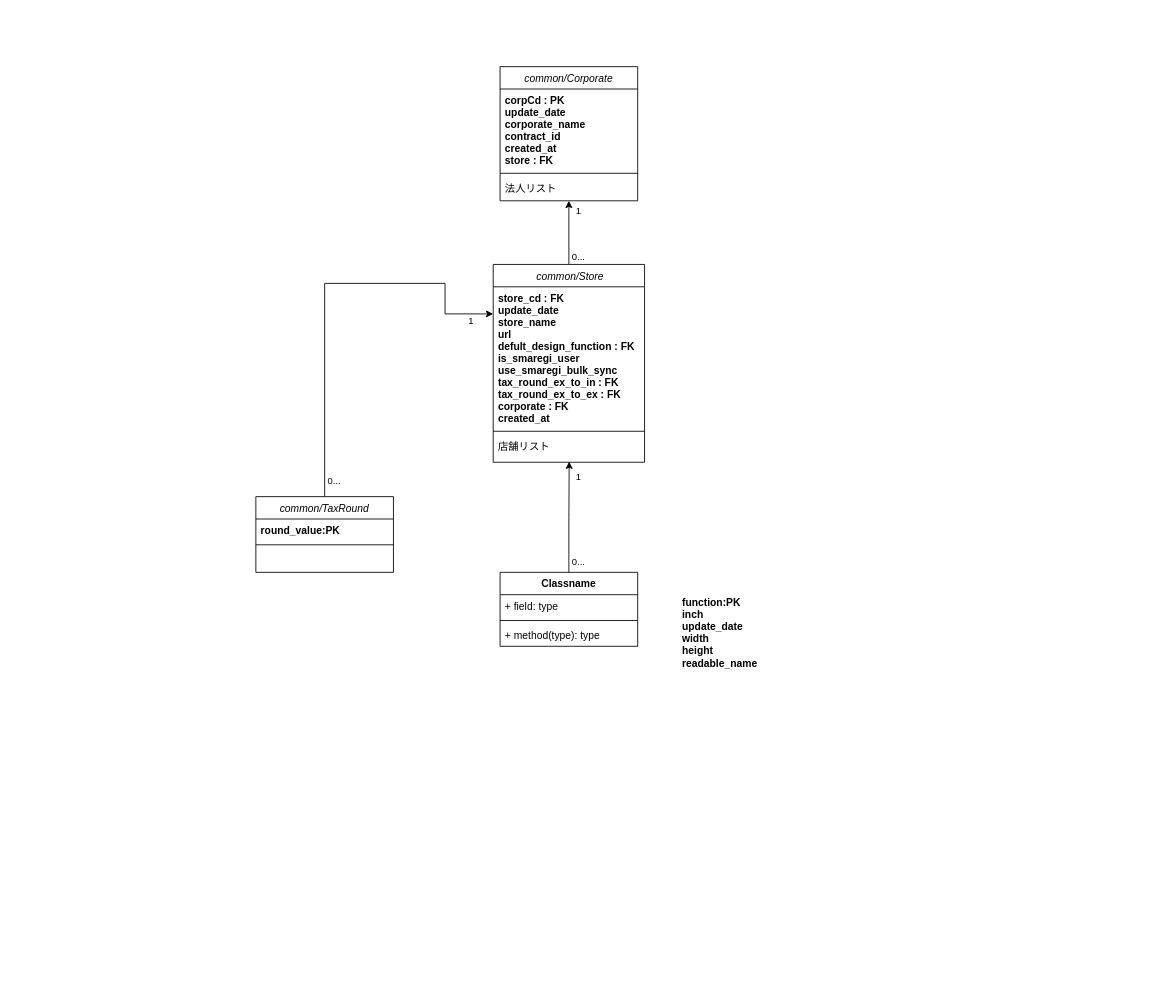
Before: 2025-10_tagEL_DB_ClassDiagram_v1.drawio in 204139/tagEL-architechure, a draw.io diagram. Source tidied: cells renumbered, new cells numbered last; positions are measured from the earlier drawing's top-left corner, leaving out a move shared by most shapes. Both pictures are drawn from the tidied source at 86%, with x=0, y=0 at pixel (255, 66).
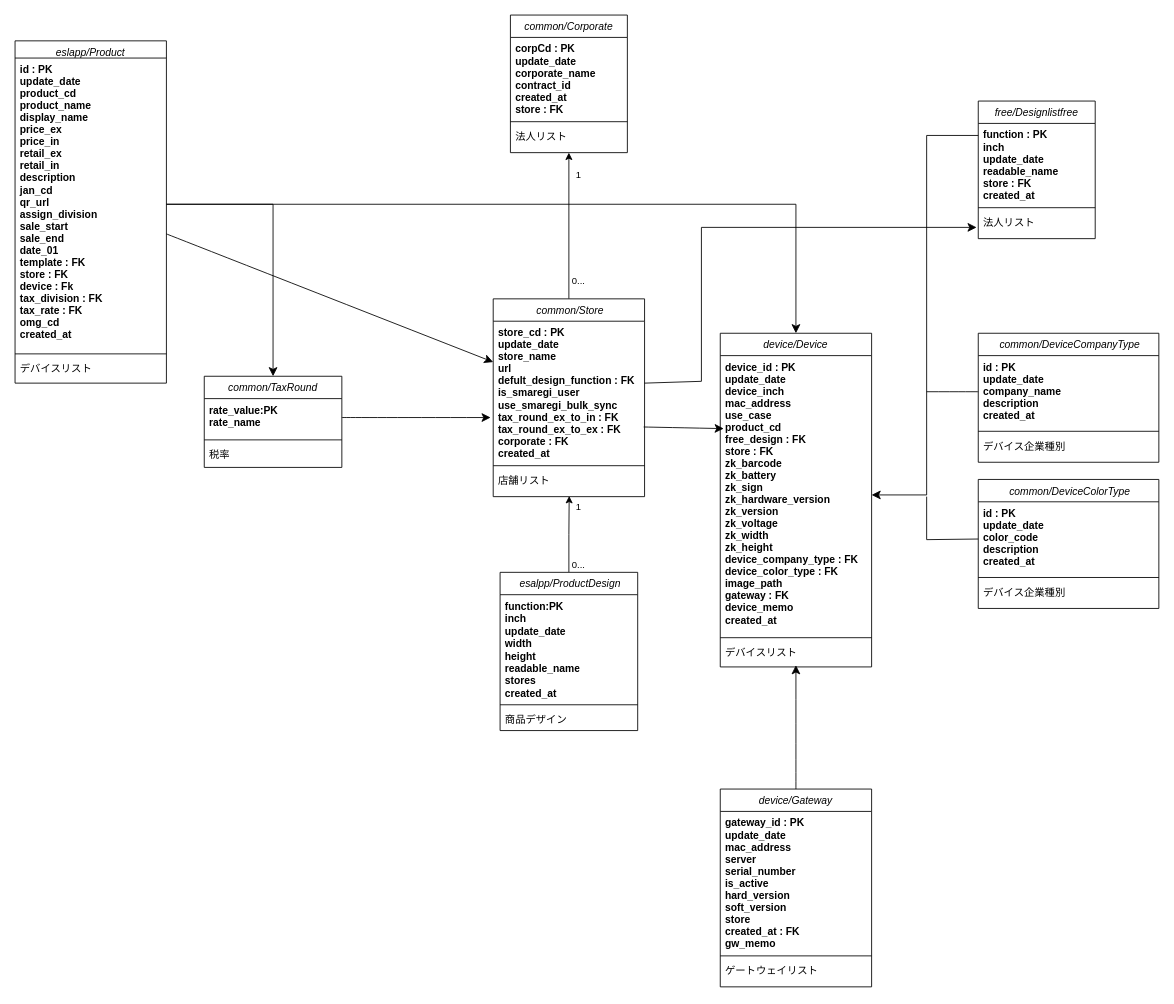
The same page after the edit.

Commit message:
2025-10_tagEL_DB_ClassDiagram_v1.drawio を更新します

Diff of the diagram source:
```diff
@@
-    <mxCell id="2" value="common/Corporate" style="swimlane;fontStyle=2;align=center;verticalAlign=top;horizontal=1;startSize=26;rounded=0;shadow=0;strokeWidth=1;" parent="1" vertex="1">
-      <mxGeometry x="284" width="160" height="156" as="geometry" />
+    <mxCell id="2" value="common/Corporate" style="swimlane;fontStyle=2;align=center;verticalAlign=top;horizontal=1;startSize=26;rounded=0;shadow=0;strokeWidth=1;fontSize=12;" parent="1" vertex="1">
+      <mxGeometry x="296" y="-60" width="136" height="160" as="geometry" />
     </mxCell>
     <mxCell id="3" value="corpCd : PK&#10;update_date&#10;corporate_name&#10;contract_id&#10;created_at&#10;store : FK" style="text;align=left;verticalAlign=top;spacingLeft=4;spacingRight=4;overflow=hidden;fontStyle=1;" parent="2" vertex="1">
-      <mxGeometry y="26" width="160" height="94" as="geometry" />
+      <mxGeometry y="26" width="136" height="94" as="geometry" />
     </mxCell>
     <mxCell id="4" style="line;html=1;strokeWidth=1;align=left;verticalAlign=middle;spacingTop=-1;spacingLeft=3;spacingRight=3;labelPosition=right;" parent="2" vertex="1">
-      <mxGeometry y="120" width="160" height="8" as="geometry" />
+      <mxGeometry y="120" width="136" height="8" as="geometry" />
     </mxCell>
     <mxCell id="5" value="法人リスト&#10;" style="text;align=left;verticalAlign=top;spacingLeft=4;spacingRight=4;overflow=hidden;" parent="2" vertex="1">
-      <mxGeometry y="128" width="160" height="28" as="geometry" />
+      <mxGeometry y="128" width="136" height="28" as="geometry" />
     </mxCell>
@@
     <mxCell id="9" value=" common/Store" style="swimlane;fontStyle=2;align=center;verticalAlign=top;horizontal=1;startSize=26;rounded=0;shadow=0;strokeWidth=1;" parent="1" vertex="1">
-      <mxGeometry x="276" y="230" width="176" height="230" as="geometry" />
+      <mxGeometry x="276" y="270" width="176" height="230" as="geometry" />
     </mxCell>
-    <mxCell id="10" value="store_cd : FK&#10;update_date&#10;store_name&#10;url&#10;defult_design_function : FK&#10;is_smaregi_user&#10;use_smaregi_bulk_sync&#10;tax_round_ex_to_in : FK&#10;tax_round_ex_to_ex : FK&#10;corporate : FK&#10;created_at" style="text;align=left;verticalAlign=top;spacingLeft=4;spacingRight=4;overflow=hidden;points=[[0,0.5],[1,0.5]];portConstraint=eastwest;fontStyle=1;" parent="9" vertex="1">
+    <mxCell id="10" value="store_cd : PK&#10;update_date&#10;store_name&#10;url&#10;defult_design_function : FK&#10;is_smaregi_user&#10;use_smaregi_bulk_sync&#10;tax_round_ex_to_in : FK&#10;tax_round_ex_to_ex : FK&#10;corporate : FK&#10;created_at" style="text;align=left;verticalAlign=top;spacingLeft=4;spacingRight=4;overflow=hidden;points=[[0,0.5],[1,0.5]];portConstraint=eastwest;fontStyle=1;" parent="9" vertex="1">
       <mxGeometry y="26" width="176" height="164" as="geometry" />
     </mxCell>
@@
-    <mxCell id="16" style="edgeStyle=orthogonalEdgeStyle;rounded=0;jettySize=auto;html=1;entryX=0;entryY=0.25;entryDx=0;entryDy=0;" parent="1" edge="1" source="19" target="9">
-      <mxGeometry relative="1" as="geometry">
-        <Array as="points">
-          <mxPoint x="220" y="252" />
-        </Array>
-      </mxGeometry>
-    </mxCell>
-    <mxCell id="17" value="0..." style="edgeLabel;html=1;align=center;verticalAlign=middle;" parent="16" vertex="1">
-      <mxGeometry x="-0.92" y="-2" relative="1" as="geometry">
-        <mxPoint x="8" as="offset" />
-      </mxGeometry>
-    </mxCell>
-    <mxCell id="18" value="1" style="edgeLabel;html=1;align=center;verticalAlign=middle;" parent="16" vertex="1">
-      <mxGeometry x="0.89" y="1" relative="1" as="geometry">
-        <mxPoint y="9" as="offset" />
-      </mxGeometry>
-    </mxCell>
     <mxCell id="19" value="common/TaxRound" style="swimlane;fontStyle=2;align=center;verticalAlign=top;horizontal=1;startSize=26;rounded=0;shadow=0;strokeWidth=1;" parent="1" vertex="1">
-      <mxGeometry y="500" width="160" height="88" as="geometry" />
+      <mxGeometry x="-60" y="360" width="160" height="106" as="geometry" />
     </mxCell>
-    <mxCell id="20" value="round_value:PK" style="text;align=left;verticalAlign=top;spacingLeft=4;spacingRight=4;overflow=hidden;points=[[0,0.5],[1,0.5]];portConstraint=eastwest;fontStyle=1;" parent="19" vertex="1">
-      <mxGeometry y="26" width="160" height="26" as="geometry" />
+    <mxCell id="20" value="rate_value:PK&#10;rate_name" style="text;align=left;verticalAlign=top;spacingLeft=4;spacingRight=4;overflow=hidden;points=[[0,0.5],[1,0.5]];portConstraint=eastwest;fontStyle=1;" parent="19" vertex="1">
+      <mxGeometry y="26" width="160" height="44" as="geometry" />
     </mxCell>
     <mxCell id="21" style="line;html=1;strokeWidth=1;align=left;verticalAlign=middle;spacingTop=-1;spacingLeft=3;spacingRight=3;labelPosition=right;" parent="19" vertex="1">
-      <mxGeometry y="52" width="160" height="8" as="geometry" />
+      <mxGeometry y="70" width="160" height="8" as="geometry" />
     </mxCell>
-    <mxCell id="22" value=" &#10;" style="text;align=left;verticalAlign=top;spacingLeft=4;spacingRight=4;overflow=hidden;" parent="19" vertex="1">
-      <mxGeometry y="60" width="160" height="28" as="geometry" />
+    <mxCell id="22" value="税率" style="text;align=left;verticalAlign=top;spacingLeft=4;spacingRight=4;overflow=hidden;" parent="19" vertex="1">
+      <mxGeometry y="78" width="160" height="28" as="geometry" />
     </mxCell>
-    <mxCell id="23" value="function:PK&#10;inch&#10;update_date&#10;width&#10;height&#10;readable_name" style="text;align=left;verticalAlign=top;spacingLeft=4;spacingRight=4;overflow=hidden;fontStyle=1;" parent="1" vertex="1">
-      <mxGeometry x="490" y="610" width="160" height="124" as="geometry" />
-    </mxCell>
-    <mxCell id="24" value="Classname" style="swimlane;fontStyle=1;align=center;verticalAlign=top;horizontal=1;startSize=26;whiteSpace=wrap;html=1;" parent="1" vertex="1">
-      <mxGeometry x="284" y="588" width="160" height="86" as="geometry" />
+    <mxCell id="24" value="&lt;span style=&quot;font-style: italic; font-weight: 400; text-wrap-mode: nowrap;&quot;&gt;&amp;nbsp;esalpp/ProductDesign&lt;/span&gt;" style="swimlane;fontStyle=1;align=center;verticalAlign=top;horizontal=1;startSize=26;whiteSpace=wrap;html=1;" parent="1" vertex="1">
+      <mxGeometry x="284" y="588" width="160" height="184" as="geometry" />
     </mxCell>
-    <mxCell id="25" value="+ field: type" style="text;strokeColor=none;fillColor=none;align=left;verticalAlign=top;spacingLeft=4;spacingRight=4;overflow=hidden;whiteSpace=wrap;html=1;" parent="24" vertex="1">
-      <mxGeometry y="26" width="160" height="26" as="geometry" />
+    <mxCell id="25" value="&lt;span style=&quot;font-weight: 700; text-wrap-mode: nowrap;&quot;&gt;function:PK&lt;/span&gt;&lt;br style=&quot;padding: 0px; margin: 0px; font-weight: 700; text-wrap-mode: nowrap;&quot;&gt;&lt;span style=&quot;font-weight: 700; text-wrap-mode: nowrap;&quot;&gt;inch&lt;/span&gt;&lt;br style=&quot;padding: 0px; margin: 0px; font-weight: 700; text-wrap-mode: nowrap;&quot;&gt;&lt;span style=&quot;font-weight: 700; text-wrap-mode: nowrap;&quot;&gt;update_date&lt;/span&gt;&lt;br style=&quot;padding: 0px; margin: 0px; font-weight: 700; text-wrap-mode: nowrap;&quot;&gt;&lt;span style=&quot;font-weight: 700; text-wrap-mode: nowrap;&quot;&gt;width&lt;/span&gt;&lt;br style=&quot;padding: 0px; margin: 0px; font-weight: 700; text-wrap-mode: nowrap;&quot;&gt;&lt;span style=&quot;font-weight: 700; text-wrap-mode: nowrap;&quot;&gt;height&lt;/span&gt;&lt;br style=&quot;padding: 0px; margin: 0px; font-weight: 700; text-wrap-mode: nowrap;&quot;&gt;&lt;span style=&quot;font-weight: 700; text-wrap-mode: nowrap;&quot;&gt;readable_name&lt;/span&gt;&lt;div&gt;&lt;span style=&quot;font-weight: 700; text-wrap-mode: nowrap;&quot;&gt;stores&lt;/span&gt;&lt;/div&gt;&lt;div&gt;&lt;span style=&quot;font-weight: 700; text-wrap-mode: nowrap;&quot;&gt;created_at&lt;/span&gt;&lt;/div&gt;" style="text;strokeColor=none;fillColor=none;align=left;verticalAlign=top;spacingLeft=4;spacingRight=4;overflow=hidden;whiteSpace=wrap;html=1;" parent="24" vertex="1">
+      <mxGeometry y="26" width="160" height="124" as="geometry" />
     </mxCell>
     <mxCell id="26" style="line;strokeWidth=1;fillColor=none;align=left;verticalAlign=middle;spacingTop=-1;spacingLeft=3;spacingRight=3;labelPosition=right;strokeColor=inherit;" parent="24" vertex="1">
-      <mxGeometry y="52" width="160" height="8" as="geometry" />
+      <mxGeometry y="150" width="160" height="8" as="geometry" />
     </mxCell>
-    <mxCell id="27" value="+ method(type): type" style="text;strokeColor=none;fillColor=none;align=left;verticalAlign=top;spacingLeft=4;spacingRight=4;overflow=hidden;whiteSpace=wrap;html=1;" parent="24" vertex="1">
-      <mxGeometry y="60" width="160" height="26" as="geometry" />
+    <mxCell id="27" value="商品デザイン" style="text;strokeColor=none;fillColor=none;align=left;verticalAlign=top;spacingLeft=4;spacingRight=4;overflow=hidden;whiteSpace=wrap;html=1;" parent="24" vertex="1">
+      <mxGeometry y="158" width="160" height="26" as="geometry" />
     </mxCell>
+    <mxCell id="28" value="device/Device" style="swimlane;fontStyle=2;align=center;verticalAlign=top;horizontal=1;startSize=26;rounded=0;shadow=0;strokeWidth=1;" parent="1" vertex="1">
+      <mxGeometry x="540" y="310" width="176" height="388" as="geometry" />
+    </mxCell>
+    <mxCell id="29" value="device_id : PK&#10;update_date&#10;device_inch&#10;mac_address&#10;use_case&#10;product_cd&#10;free_design : FK&#10;store : FK&#10;zk_barcode&#10;zk_battery&#10;zk_sign&#10;zk_hardware_version&#10;zk_version&#10;zk_voltage&#10;zk_width&#10;zk_height&#10;device_company_type : FK&#10;device_color_type : FK&#10;image_path&#10;gateway : FK&#10;device_memo&#10;created_at" style="text;align=left;verticalAlign=top;spacingLeft=4;spacingRight=4;overflow=hidden;points=[[0,0.5],[1,0.5]];portConstraint=eastwest;fontStyle=1;" parent="28" vertex="1">
+      <mxGeometry y="26" width="176" height="324" as="geometry" />
+    </mxCell>
+    <mxCell id="30" style="line;html=1;strokeWidth=1;align=left;verticalAlign=middle;spacingTop=-1;spacingLeft=3;spacingRight=3;labelPosition=right;" parent="28" vertex="1">
+      <mxGeometry y="350" width="176" height="8" as="geometry" />
+    </mxCell>
+    <mxCell id="31" value="デバイスリスト" style="text;align=left;verticalAlign=top;spacingLeft=4;spacingRight=4;overflow=hidden;points=[[0,0.5],[1,0.5]];portConstraint=eastwest;" parent="28" vertex="1">
+      <mxGeometry y="358" width="176" height="30" as="geometry" />
+    </mxCell>
+    <mxCell id="32" value="device/Gateway" style="swimlane;fontStyle=2;align=center;verticalAlign=top;horizontal=1;startSize=26;rounded=0;shadow=0;strokeWidth=1;" parent="1" vertex="1">
+      <mxGeometry x="540" y="840" width="176" height="230" as="geometry" />
+    </mxCell>
+    <mxCell id="33" value="gateway_id : PK&#10;update_date&#10;mac_address&#10;server&#10;serial_number&#10;is_active&#10;hard_version&#10;soft_version&#10;store&#10;created_at : FK&#10;gw_memo" style="text;align=left;verticalAlign=top;spacingLeft=4;spacingRight=4;overflow=hidden;fontStyle=1;" parent="32" vertex="1">
+      <mxGeometry y="26" width="176" height="164" as="geometry" />
+    </mxCell>
+    <mxCell id="34" style="line;html=1;strokeWidth=1;align=left;verticalAlign=middle;spacingTop=-1;spacingLeft=3;spacingRight=3;labelPosition=right;" parent="32" vertex="1">
+      <mxGeometry y="190" width="176" height="8" as="geometry" />
+    </mxCell>
+    <mxCell id="35" value="ゲートウェイリスト" style="text;align=left;verticalAlign=top;spacingLeft=4;spacingRight=4;overflow=hidden;" parent="32" vertex="1">
+      <mxGeometry y="198" width="176" height="32" as="geometry" />
+    </mxCell>
+    <mxCell id="36" style="edgeStyle=none;curved=1;rounded=0;jettySize=auto;html=1;entryX=-0.017;entryY=0.683;entryDx=0;entryDy=0;entryPerimeter=0;fontSize=12;startSize=8;endSize=8;" parent="1" edge="1" source="20" target="10">
+      <mxGeometry relative="1" as="geometry" />
+    </mxCell>
+    <mxCell id="37" value=" common/DeviceCompanyType" style="swimlane;fontStyle=2;align=center;verticalAlign=top;horizontal=1;startSize=26;rounded=0;shadow=0;strokeWidth=1;" parent="1" vertex="1">
+      <mxGeometry x="840" y="310" width="210" height="150" as="geometry" />
+    </mxCell>
+    <mxCell id="38" style="edgeStyle=none;curved=1;rounded=0;jettySize=auto;html=1;fontSize=12;startSize=8;endSize=8;endArrow=none;endFill=0;" parent="37" edge="1" source="39">
+      <mxGeometry relative="1" as="geometry">
+        <mxPoint x="-60" y="68" as="targetPoint" />
+      </mxGeometry>
+    </mxCell>
+    <mxCell id="39" value="id : PK&#10;update_date&#10;company_name&#10;description&#10;created_at" style="text;align=left;verticalAlign=top;spacingLeft=4;spacingRight=4;overflow=hidden;points=[[0,0.5],[1,0.5]];portConstraint=eastwest;fontStyle=1;" parent="37" vertex="1">
+      <mxGeometry y="26" width="210" height="84" as="geometry" />
+    </mxCell>
+    <mxCell id="40" style="line;html=1;strokeWidth=1;align=left;verticalAlign=middle;spacingTop=-1;spacingLeft=3;spacingRight=3;labelPosition=right;" parent="37" vertex="1">
+      <mxGeometry y="110" width="210" height="8" as="geometry" />
+    </mxCell>
+    <mxCell id="41" value="デバイス企業種別" style="text;align=left;verticalAlign=top;spacingLeft=4;spacingRight=4;overflow=hidden;" parent="37" vertex="1">
+      <mxGeometry y="118" width="210" height="32" as="geometry" />
+    </mxCell>
+    <mxCell id="42" value=" common/DeviceColorType" style="swimlane;fontStyle=2;align=center;verticalAlign=top;horizontal=1;startSize=26;rounded=0;shadow=0;strokeWidth=1;" parent="1" vertex="1">
+      <mxGeometry x="840" y="480" width="210" height="150" as="geometry" />
+    </mxCell>
+    <mxCell id="43" style="edgeStyle=none;curved=0;rounded=0;jettySize=auto;html=1;fontSize=12;startSize=8;endSize=8;endArrow=none;endFill=0;" parent="42" edge="1" source="44">
+      <mxGeometry relative="1" as="geometry">
+        <mxPoint x="-60" y="20" as="targetPoint" />
+        <Array as="points">
+          <mxPoint x="-60" y="70" />
+        </Array>
+      </mxGeometry>
+    </mxCell>
+    <mxCell id="44" value="id : PK&#10;update_date&#10;color_code&#10;description&#10;created_at" style="text;align=left;verticalAlign=top;spacingLeft=4;spacingRight=4;overflow=hidden;points=[[0,0.5],[1,0.5]];portConstraint=eastwest;fontStyle=1;" parent="42" vertex="1">
+      <mxGeometry y="26" width="210" height="84" as="geometry" />
+    </mxCell>
+    <mxCell id="45" style="line;html=1;strokeWidth=1;align=left;verticalAlign=middle;spacingTop=-1;spacingLeft=3;spacingRight=3;labelPosition=right;" parent="42" vertex="1">
+      <mxGeometry y="110" width="210" height="8" as="geometry" />
+    </mxCell>
+    <mxCell id="46" value="デバイス企業種別" style="text;align=left;verticalAlign=top;spacingLeft=4;spacingRight=4;overflow=hidden;" parent="42" vertex="1">
+      <mxGeometry y="118" width="210" height="32" as="geometry" />
+    </mxCell>
+    <mxCell id="47" style="edgeStyle=none;curved=1;rounded=0;jettySize=auto;html=1;entryX=0.5;entryY=0.933;entryDx=0;entryDy=0;entryPerimeter=0;fontSize=12;startSize=8;endSize=8;" parent="1" edge="1" source="32" target="31">
+      <mxGeometry relative="1" as="geometry" />
+    </mxCell>
+    <mxCell id="48" style="edgeStyle=none;curved=1;rounded=0;jettySize=auto;html=1;entryX=0.023;entryY=0.262;entryDx=0;entryDy=0;entryPerimeter=0;fontSize=12;startSize=8;endSize=8;exitX=0.994;exitY=0.75;exitDx=0;exitDy=0;exitPerimeter=0;" parent="1" edge="1" source="10" target="29">
+      <mxGeometry relative="1" as="geometry" />
+    </mxCell>
+    <mxCell id="49" value="free/Designlistfree" style="swimlane;fontStyle=2;align=center;verticalAlign=top;horizontal=1;startSize=26;rounded=0;shadow=0;strokeWidth=1;fontSize=12;" parent="1" vertex="1">
+      <mxGeometry x="840" y="40" width="136" height="160" as="geometry" />
+    </mxCell>
+    <mxCell id="50" value="function : PK&#10;inch&#10;update_date&#10;readable_name&#10;store : FK&#10;created_at" style="text;align=left;verticalAlign=top;spacingLeft=4;spacingRight=4;overflow=hidden;points=[[0,0.5],[1,0.5]];portConstraint=eastwest;fontStyle=1;" parent="49" vertex="1">
+      <mxGeometry y="26" width="136" height="94" as="geometry" />
+    </mxCell>
+    <mxCell id="51" style="line;html=1;strokeWidth=1;align=left;verticalAlign=middle;spacingTop=-1;spacingLeft=3;spacingRight=3;labelPosition=right;" parent="49" vertex="1">
+      <mxGeometry y="120" width="136" height="8" as="geometry" />
+    </mxCell>
+    <mxCell id="52" value="法人リスト&#10;" style="text;align=left;verticalAlign=top;spacingLeft=4;spacingRight=4;overflow=hidden;" parent="49" vertex="1">
+      <mxGeometry y="128" width="136" height="28" as="geometry" />
+    </mxCell>
+    <mxCell id="53" style="edgeStyle=none;curved=0;rounded=0;jettySize=auto;html=1;fontSize=12;startSize=8;endSize=8;exitX=0;exitY=0.149;exitDx=0;exitDy=0;exitPerimeter=0;" parent="1" edge="1" source="50" target="29">
+      <mxGeometry relative="1" as="geometry">
+        <Array as="points">
+          <mxPoint x="780" y="80" />
+          <mxPoint x="780" y="498" />
+        </Array>
+      </mxGeometry>
+    </mxCell>
+    <mxCell id="54" style="edgeStyle=none;curved=0;rounded=0;orthogonalLoop=1;jettySize=auto;html=1;entryX=0;entryY=0.798;entryDx=0;entryDy=0;entryPerimeter=0;fontSize=12;startSize=8;endSize=8;exitX=1.011;exitY=0.159;exitDx=0;exitDy=0;exitPerimeter=0;" parent="1" edge="1">
+      <mxGeometry relative="1" as="geometry">
+        <mxPoint x="452" y="368" as="sourcePoint" />
+        <mxPoint x="838.1" y="186.9" as="targetPoint" />
+        <Array as="points">
+          <mxPoint x="518.1" y="365.9" />
+          <mxPoint x="518.1" y="186.9" />
+        </Array>
+      </mxGeometry>
+    </mxCell>
+    <mxCell id="55" value="eslapp/Product" style="swimlane;fontStyle=2;align=center;verticalAlign=top;horizontal=1;startSize=20;rounded=0;shadow=0;strokeWidth=1;" parent="1" vertex="1">
+      <mxGeometry x="-280" y="-30" width="176" height="398" as="geometry" />
+    </mxCell>
+    <mxCell id="56" value="id : PK&#10;update_date&#10;product_cd&#10;product_name&#10;display_name&#10;price_ex&#10;price_in&#10;retail_ex&#10;retail_in&#10;description&#10;jan_cd&#10;qr_url&#10;assign_division&#10;sale_start&#10;sale_end&#10;date_01&#10;template : FK&#10;store : FK&#10;device : Fk&#10;tax_division : FK&#10;tax_rate : FK&#10;omg_cd&#10;created_at" style="text;align=left;verticalAlign=top;spacingLeft=4;spacingRight=4;overflow=hidden;points=[[0,0.5],[1,0.5]];portConstraint=eastwest;fontStyle=1;" parent="55" vertex="1">
+      <mxGeometry y="20" width="176" height="340" as="geometry" />
+    </mxCell>
+    <mxCell id="57" style="line;html=1;strokeWidth=1;align=left;verticalAlign=middle;spacingTop=-1;spacingLeft=3;spacingRight=3;labelPosition=right;" parent="55" vertex="1">
+      <mxGeometry y="360" width="176" height="8" as="geometry" />
+    </mxCell>
+    <mxCell id="58" value="デバイスリスト" style="text;align=left;verticalAlign=top;spacingLeft=4;spacingRight=4;overflow=hidden;" parent="55" vertex="1">
+      <mxGeometry y="368" width="176" height="30" as="geometry" />
+    </mxCell>
+    <mxCell id="59" style="edgeStyle=none;curved=1;rounded=0;jettySize=auto;html=1;fontSize=12;startSize=8;endSize=8;" parent="1" edge="1" source="56" target="10">
+      <mxGeometry relative="1" as="geometry" />
+    </mxCell>
+    <mxCell id="60" style="edgeStyle=none;curved=0;rounded=0;jettySize=auto;html=1;entryX=0.5;entryY=0;entryDx=0;entryDy=0;fontSize=12;startSize=8;endSize=8;" parent="1" edge="1" source="56" target="28">
+      <mxGeometry relative="1" as="geometry">
+        <Array as="points">
+          <mxPoint x="628" y="160" />
+        </Array>
+      </mxGeometry>
+    </mxCell>
+    <mxCell id="61" style="edgeStyle=none;curved=0;rounded=0;jettySize=auto;html=1;entryX=0.5;entryY=0;entryDx=0;entryDy=0;fontSize=12;startSize=8;endSize=8;" parent="1" edge="1" source="56" target="19">
+      <mxGeometry relative="1" as="geometry">
+        <Array as="points">
+          <mxPoint x="20" y="160" />
+        </Array>
+      </mxGeometry>
+    </mxCell>
```
